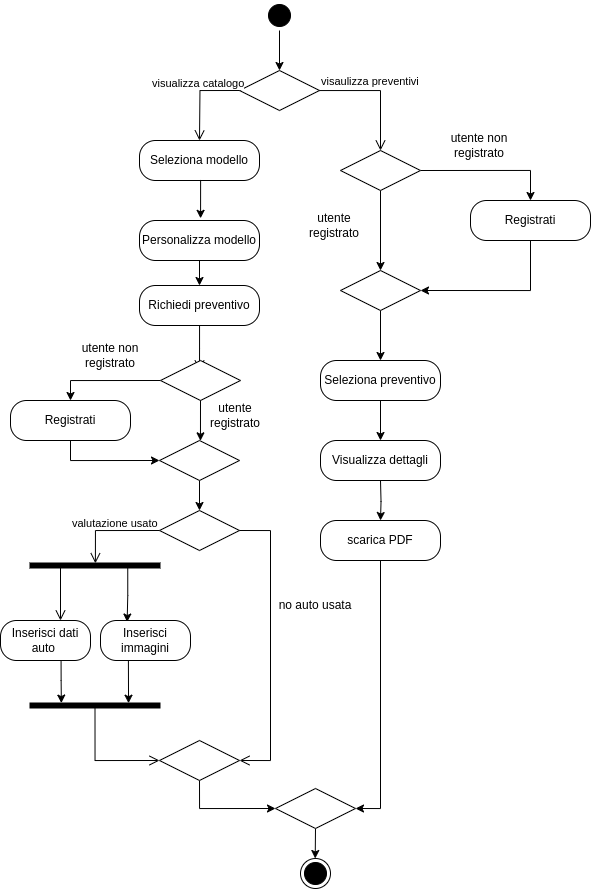
The draw.io diagram doc/acrivityDiagramCliente.png in 446f6e6e79/ConfiguratoreAuto, before a commit. Source tidied: cells renumbered, new cells last; positions are measured from the earlier drawing's top-left corner, leaving out a move shared by most shapes.
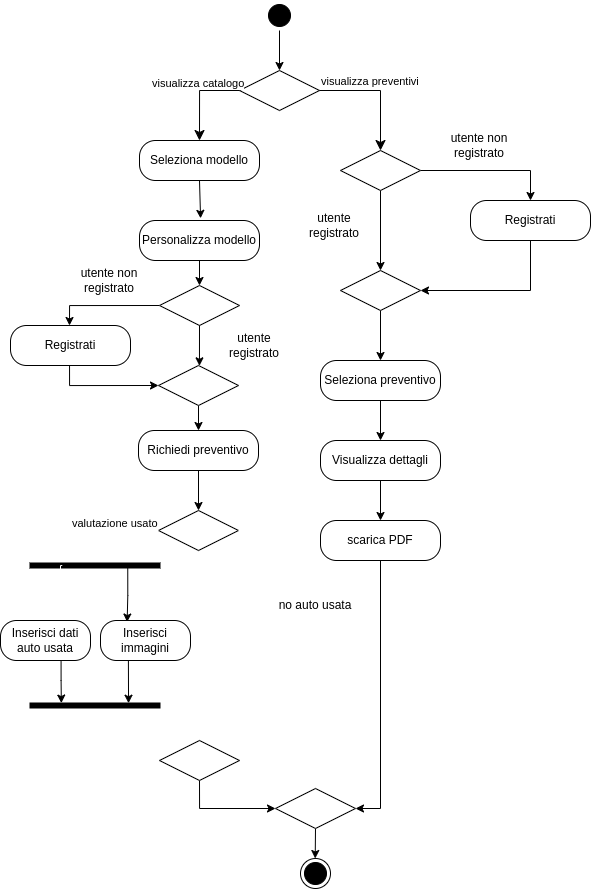
Above is the later version.

Commit message:
Activity Diagram

Diff of the diagram source:
```diff
@@ -11,33 +11,27 @@
     <mxCell id="4" value="Seleziona modello" style="rounded=1;whiteSpace=wrap;html=1;arcSize=40;fontColor=#000000;fillColor=#FFFFFF;strokeColor=default;" parent="1" vertex="1">
       <mxGeometry x="139" y="140" width="120" height="40" as="geometry" />
     </mxCell>
-    <mxCell id="5" style="edgeStyle=orthogonalEdgeStyle;rounded=0;jettySize=auto;html=1;exitX=0.5;exitY=1;exitDx=0;exitDy=0;entryX=0.5;entryY=0;entryDx=0;entryDy=0;strokeColor=default;" parent="1" edge="1" source="6" target="10">
-      <mxGeometry relative="1" as="geometry" />
+    <mxCell id="5" style="edgeStyle=orthogonalEdgeStyle;rounded=0;jettySize=auto;html=1;exitX=0.5;exitY=1;exitDx=0;exitDy=0;entryX=0.5;entryY=0;entryDx=0;entryDy=0;strokeColor=default;" parent="1" edge="1" source="6">
+      <mxGeometry relative="1" as="geometry">
+        <mxPoint x="199" y="285" as="targetPoint" />
+      </mxGeometry>
     </mxCell>
     <mxCell id="6" value="Personalizza modello" style="rounded=1;whiteSpace=wrap;html=1;arcSize=40;fontColor=#000000;fillColor=#FFFFFF;strokeColor=default;" parent="1" vertex="1">
       <mxGeometry x="139" y="220" width="120" height="40" as="geometry" />
     </mxCell>
-    <mxCell id="7" style="edgeStyle=orthogonalEdgeStyle;rounded=0;jettySize=auto;html=1;exitX=0.5;exitY=1;exitDx=0;exitDy=0;entryX=0.5;entryY=0;entryDx=0;entryDy=0;strokeColor=default;" parent="1" edge="1" source="8" target="12">
+    <mxCell id="7" style="edgeStyle=orthogonalEdgeStyle;rounded=0;jettySize=auto;html=1;exitX=0.5;exitY=1;exitDx=0;exitDy=0;entryX=0.5;entryY=0;entryDx=0;entryDy=0;strokeColor=default;" parent="1" edge="1" source="8" target="10">
       <mxGeometry relative="1" as="geometry" />
     </mxCell>
     <mxCell id="8" style="rhombus;whiteSpace=wrap;html=1;fontColor=#000000;fillColor=#FFFFFF;strokeColor=default;" parent="1" vertex="1">
-      <mxGeometry x="159" y="440" width="80" height="40" as="geometry" />
+      <mxGeometry x="158" y="365" width="80" height="40" as="geometry" />
     </mxCell>
     <mxCell id="9" style="edgeStyle=orthogonalEdgeStyle;rounded=0;jettySize=auto;html=1;exitX=0.5;exitY=1;exitDx=0;exitDy=0;entryX=0.509;entryY=-0.054;entryDx=0;entryDy=0;entryPerimeter=0;strokeColor=default;" parent="1" edge="1" source="4" target="6">
       <mxGeometry relative="1" as="geometry" />
     </mxCell>
-    <mxCell id="10" value="Richiedi preventivo" style="rounded=1;whiteSpace=wrap;html=1;arcSize=40;fontColor=#000000;fillColor=#FFFFFF;strokeColor=default;" parent="1" vertex="1">
-      <mxGeometry x="139" y="285" width="120" height="40" as="geometry" />
-    </mxCell>
-    <mxCell id="11" style="edgeStyle=orthogonalEdgeStyle;html=1;verticalAlign=bottom;endArrow=open;endSize=8;strokeColor=default;rounded=0;" parent="1" edge="1" source="10">
-      <mxGeometry relative="1" as="geometry">
-        <mxPoint x="199" y="370" as="targetPoint" />
-      </mxGeometry>
-    </mxCell>
     <mxCell id="12" style="rhombus;whiteSpace=wrap;html=1;fontColor=#000000;fillColor=#FFFFFF;strokeColor=default;" parent="1" vertex="1">
-      <mxGeometry x="159" y="510" width="80" height="40" as="geometry" />
+      <mxGeometry x="158" y="510" width="80" height="40" as="geometry" />
     </mxCell>
-    <mxCell id="13" style="edgeStyle=orthogonalEdgeStyle;html=1;align=left;verticalAlign=bottom;endArrow=open;endSize=8;strokeColor=default;rounded=0;entryX=1;entryY=0.5;entryDx=0;entryDy=0;exitX=1;exitY=0.5;exitDx=0;exitDy=0;" parent="1" edge="1" source="12" target="18">
+    <mxCell id="13" style="edgeStyle=orthogonalEdgeStyle;html=1;align=left;verticalAlign=bottom;endArrow=classic;endSize=8;strokeColor=#FFFFFF;rounded=0;entryX=1;entryY=0.5;entryDx=0;entryDy=0;exitX=1;exitY=0.5;exitDx=0;exitDy=0;endFill=1;" parent="1" edge="1" source="12" target="18">
       <mxGeometry x="0.04" relative="1" as="geometry">
         <Array as="points">
           <mxPoint x="270" y="530" />
@@ -45,7 +39,7 @@
         </Array>
       </mxGeometry>
     </mxCell>
-    <mxCell id="14" value="valutazione usato" style="edgeStyle=orthogonalEdgeStyle;html=1;align=left;verticalAlign=top;endArrow=open;endSize=8;strokeColor=default;rounded=0;exitX=0;exitY=0.5;exitDx=0;exitDy=0;entryX=0.503;entryY=0.278;entryDx=0;entryDy=0;entryPerimeter=0;" parent="1" edge="1" source="12" target="34">
+    <mxCell id="14" value="valutazione usato" style="edgeStyle=orthogonalEdgeStyle;html=1;align=left;verticalAlign=top;endArrow=classic;endSize=8;strokeColor=#FFFFFF;rounded=0;exitX=0;exitY=0.5;exitDx=0;exitDy=0;entryX=0.503;entryY=0.278;entryDx=0;entryDy=0;entryPerimeter=0;endFill=1;" parent="1" edge="1" source="12" target="34">
       <mxGeometry x="0.32" y="-32" relative="1" as="geometry">
         <Array as="points">
           <mxPoint x="95" y="530" />
@@ -53,10 +47,10 @@
         <mxPoint x="7" y="-20" as="offset" />
       </mxGeometry>
     </mxCell>
-    <mxCell id="15" value="Inserisci dati auto&amp;nbsp;" style="rounded=1;whiteSpace=wrap;html=1;arcSize=40;fontColor=#000000;fillColor=#FFFFFF;strokeColor=default;" parent="1" vertex="1">
+    <mxCell id="15" value="Inserisci dati auto usata" style="rounded=1;whiteSpace=wrap;html=1;arcSize=40;fontColor=#000000;fillColor=#FFFFFF;strokeColor=default;" parent="1" vertex="1">
       <mxGeometry y="620" width="90" height="40" as="geometry" />
     </mxCell>
-    <mxCell id="16" style="edgeStyle=orthogonalEdgeStyle;html=1;verticalAlign=bottom;endArrow=open;endSize=8;strokeColor=default;rounded=0;entryX=0;entryY=0.5;entryDx=0;entryDy=0;exitX=0.5;exitY=0.701;exitDx=0;exitDy=0;exitPerimeter=0;" parent="1" edge="1" source="37" target="18">
+    <mxCell id="16" style="edgeStyle=orthogonalEdgeStyle;html=1;verticalAlign=bottom;endArrow=classic;endSize=8;strokeColor=#FFFFFF;rounded=0;entryX=0;entryY=0.5;entryDx=0;entryDy=0;exitX=0.5;exitY=0.701;exitDx=0;exitDy=0;exitPerimeter=0;endFill=1;" parent="1" edge="1" source="37" target="18">
       <mxGeometry relative="1" as="geometry" />
     </mxCell>
     <mxCell id="17" style="edgeStyle=orthogonalEdgeStyle;rounded=0;jettySize=auto;html=1;exitX=0.5;exitY=1;exitDx=0;exitDy=0;strokeColor=default;entryX=0;entryY=0.5;entryDx=0;entryDy=0;" parent="1" edge="1" source="18">
@@ -73,14 +67,14 @@
     <mxCell id="19" style="rhombus;whiteSpace=wrap;html=1;fontColor=#000000;fillColor=#FFFFFF;strokeColor=default;" parent="1" vertex="1">
       <mxGeometry x="239" y="70" width="80" height="40" as="geometry" />
     </mxCell>
-    <mxCell id="20" value="visaulizza preventivi" style="edgeStyle=orthogonalEdgeStyle;html=1;align=left;verticalAlign=bottom;endArrow=open;endSize=8;strokeColor=default;rounded=0;entryX=0.5;entryY=0;entryDx=0;entryDy=0;" parent="1" edge="1" source="19" target="45">
+    <mxCell id="20" value="visualizza preventivi" style="edgeStyle=orthogonalEdgeStyle;html=1;align=left;verticalAlign=bottom;endArrow=classic;endSize=8;strokeColor=default;rounded=0;entryX=0.5;entryY=0;entryDx=0;entryDy=0;endFill=1;" parent="1" edge="1" source="19" target="45">
       <mxGeometry x="-1" relative="1" as="geometry">
         <Array as="points">
           <mxPoint x="380" y="90" />
         </Array>
       </mxGeometry>
     </mxCell>
-    <mxCell id="21" value="visualizza catalogo" style="edgeStyle=orthogonalEdgeStyle;html=1;align=left;verticalAlign=top;endArrow=open;endSize=8;strokeColor=default;rounded=0;exitX=0;exitY=0.5;exitDx=0;exitDy=0;" parent="1" edge="1" source="19">
+    <mxCell id="21" value="visualizza catalogo" style="edgeStyle=orthogonalEdgeStyle;html=1;align=left;verticalAlign=top;endArrow=classic;endSize=8;strokeColor=default;rounded=0;exitX=0;exitY=0.5;exitDx=0;exitDy=0;endFill=1;" parent="1" edge="1" source="19">
       <mxGeometry x="-0.12" y="-53" relative="1" as="geometry">
         <mxPoint x="199" y="140" as="targetPoint" />
         <mxPoint x="4" y="-20" as="offset" />
@@ -106,25 +100,26 @@
     <mxCell id="27" style="ellipse;html=1;shape=endState;fillColor=#000000;strokeColor=default;" parent="1" vertex="1">
       <mxGeometry x="300" y="858" width="30" height="30" as="geometry" />
     </mxCell>
-    <mxCell id="28" style="edgeStyle=orthogonalEdgeStyle;rounded=0;jettySize=auto;html=1;exitX=0;exitY=0.5;exitDx=0;exitDy=0;strokeColor=default;entryX=0.5;entryY=0;entryDx=0;entryDy=0;" parent="1" edge="1" source="49" target="30">
+    <mxCell id="28" style="edgeStyle=orthogonalEdgeStyle;rounded=0;jettySize=auto;html=1;exitX=0;exitY=0.5;exitDx=0;exitDy=0;strokeColor=default;entryX=0.5;entryY=0;entryDx=0;entryDy=0;" parent="1" edge="1" source="49">
       <mxGeometry relative="1" as="geometry">
+        <mxPoint x="69" y="325" as="targetPoint" />
         <Array as="points">
-          <mxPoint x="160" y="380" />
-          <mxPoint x="70" y="380" />
+          <mxPoint x="159" y="305" />
+          <mxPoint x="69" y="305" />
         </Array>
       </mxGeometry>
     </mxCell>
-    <mxCell id="29" style="edgeStyle=orthogonalEdgeStyle;rounded=0;jettySize=auto;html=1;exitX=0.5;exitY=1;exitDx=0;exitDy=0;entryX=0;entryY=0.5;entryDx=0;entryDy=0;" parent="1" edge="1" source="30" target="8">
+    <mxCell id="29" style="edgeStyle=orthogonalEdgeStyle;rounded=0;jettySize=auto;html=1;exitX=0.492;exitY=1;exitDx=0;exitDy=0;entryX=0;entryY=0.5;entryDx=0;entryDy=0;exitPerimeter=0;" parent="1" edge="1" source="30" target="8">
       <mxGeometry relative="1" as="geometry" />
     </mxCell>
     <mxCell id="30" value="Registrati" style="rounded=1;whiteSpace=wrap;html=1;arcSize=40;fontColor=#000000;fillColor=#FFFFFF;strokeColor=default;" parent="1" vertex="1">
-      <mxGeometry x="10" y="400" width="120" height="40" as="geometry" />
+      <mxGeometry x="10" y="325" width="120" height="40" as="geometry" />
     </mxCell>
     <mxCell id="31" value="utente non registrato&lt;br&gt;" style="text;html=1;strokeColor=none;fillColor=none;align=center;verticalAlign=middle;whiteSpace=wrap;rounded=0;strokeWidth=0;" parent="1" vertex="1">
-      <mxGeometry x="70" y="340" width="80" height="30" as="geometry" />
+      <mxGeometry x="69" y="265" width="80" height="30" as="geometry" />
     </mxCell>
     <mxCell id="32" value="utente registrato" style="text;html=1;strokeColor=none;fillColor=none;align=center;verticalAlign=middle;whiteSpace=wrap;rounded=0;strokeWidth=0;" parent="1" vertex="1">
-      <mxGeometry x="195" y="400" width="80" height="30" as="geometry" />
+      <mxGeometry x="214" y="330" width="80" height="30" as="geometry" />
     </mxCell>
     <mxCell id="33" style="edgeStyle=orthogonalEdgeStyle;rounded=0;jettySize=auto;html=1;exitX=0.75;exitY=0.5;exitDx=0;exitDy=0;exitPerimeter=0;entryX=0.296;entryY=0.038;entryDx=0;entryDy=0;entryPerimeter=0;" parent="1" edge="1" source="34" target="36">
       <mxGeometry relative="1" as="geometry" />
@@ -132,7 +127,7 @@
     <mxCell id="34" style="shape=line;html=1;strokeWidth=6;strokeColor=#000000;" parent="1" vertex="1">
       <mxGeometry x="29" y="560" width="131" height="10" as="geometry" />
     </mxCell>
-    <mxCell id="35" style="edgeStyle=orthogonalEdgeStyle;html=1;verticalAlign=bottom;endArrow=open;endSize=8;strokeColor=#000000;rounded=0;exitX=0.125;exitY=0.476;exitDx=0;exitDy=0;exitPerimeter=0;" parent="1" edge="1" source="34">
+    <mxCell id="35" style="edgeStyle=orthogonalEdgeStyle;html=1;verticalAlign=bottom;endArrow=classic;endSize=8;strokeColor=#FFFFFF;rounded=0;exitX=0.25;exitY=0.5;exitDx=0;exitDy=0;exitPerimeter=0;endFill=1;" parent="1" edge="1" source="34">
       <mxGeometry relative="1" as="geometry">
         <mxPoint x="60" y="620" as="targetPoint" />
         <Array as="points">
@@ -185,7 +180,7 @@
       <mxGeometry x="439" y="130" width="80" height="30" as="geometry" />
     </mxCell>
     <mxCell id="49" style="rhombus;whiteSpace=wrap;html=1;fontColor=#000000;fillColor=#FFFFFF;strokeColor=default;" parent="1" vertex="1">
-      <mxGeometry x="160" y="360" width="80" height="40" as="geometry" />
+      <mxGeometry x="159" y="285" width="80" height="40" as="geometry" />
     </mxCell>
     <mxCell id="50" style="edgeStyle=orthogonalEdgeStyle;rounded=0;jettySize=auto;html=1;exitX=0.5;exitY=1;exitDx=0;exitDy=0;entryX=0.512;entryY=0.008;entryDx=0;entryDy=0;entryPerimeter=0;" parent="1" edge="1" source="49" target="8">
       <mxGeometry relative="1" as="geometry" />
@@ -204,5 +199,11 @@
     <mxCell id="54" value="scarica PDF" style="rounded=1;whiteSpace=wrap;html=1;arcSize=40;fontColor=#000000;fillColor=#FFFFFF;strokeColor=default;" parent="1" vertex="1">
       <mxGeometry x="320" y="520" width="120" height="40" as="geometry" />
     </mxCell>
+    <mxCell id="55" style="edgeStyle=orthogonalEdgeStyle;rounded=0;jettySize=auto;html=1;exitX=0.5;exitY=1;exitDx=0;exitDy=0;" parent="1" edge="1" source="10" target="12">
+      <mxGeometry relative="1" as="geometry" />
+    </mxCell>
+    <mxCell id="10" value="Richiedi preventivo" style="rounded=1;whiteSpace=wrap;html=1;arcSize=40;fontColor=#000000;fillColor=#FFFFFF;strokeColor=default;" parent="1" vertex="1">
+      <mxGeometry x="138" y="430" width="120" height="40" as="geometry" />
+    </mxCell>
   </root>
 </mxGraphModel>
```
